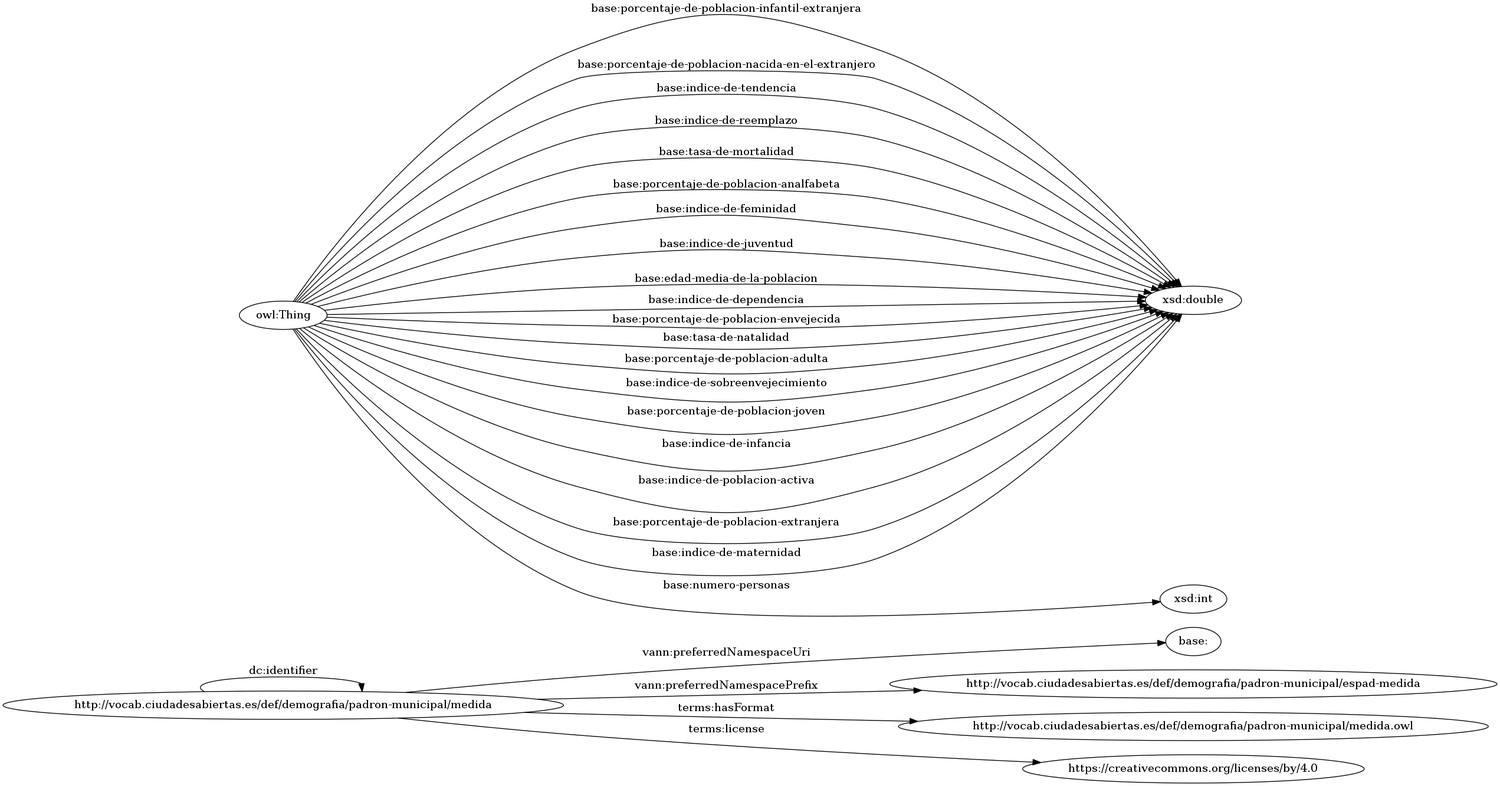
Earlier version of the Graphviz export OnToology/measure-ontology/padron-municipal-medida.owl/diagrams/ar2dtool-class/padron-municipal-medida.owl.png (opencitydata/vocab-demografia-padron-municipal). Its source is kept beside it as OnToology/measure-ontology/padron-municipal-medida.owl/diagrams/ar2dtool-class/padron-municipal-medida.owl.png.dot.
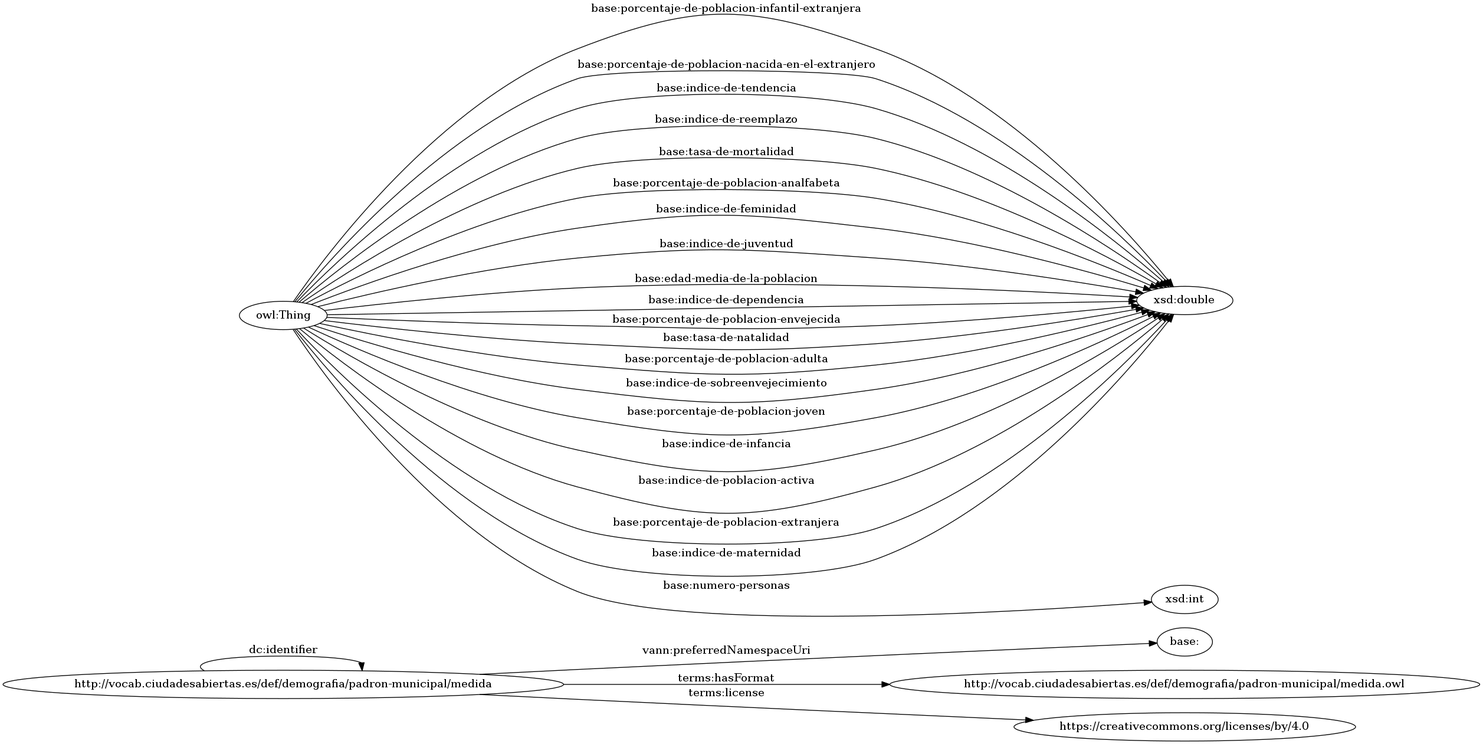
Later version of the same file.

The edit, as a diff of the source:
```diff
@@ -3,7 +3,6 @@
 size="1501"
 	"http://vocab.ciudadesabiertas.es/def/demografia/padron-municipal/medida" -> "http://vocab.ciudadesabiertas.es/def/demografia/padron-municipal/medida" [ label = "dc:identifier" ];
 	"http://vocab.ciudadesabiertas.es/def/demografia/padron-municipal/medida" -> "base:" [ label = "vann:preferredNamespaceUri" ];
-	"http://vocab.ciudadesabiertas.es/def/demografia/padron-municipal/medida" -> "http://vocab.ciudadesabiertas.es/def/demografia/padron-municipal/espad-medida" [ label = "vann:preferredNamespacePrefix" ];
 	"http://vocab.ciudadesabiertas.es/def/demografia/padron-municipal/medida" -> "http://vocab.ciudadesabiertas.es/def/demografia/padron-municipal/medida.owl" [ label = "terms:hasFormat" ];
 	"http://vocab.ciudadesabiertas.es/def/demografia/padron-municipal/medida" -> "https://creativecommons.org/licenses/by/4.0" [ label = "terms:license" ];
 	"owl:Thing" -> "xsd:double" [ label = "base:porcentaje-de-poblacion-infantil-extranjera" ];
```
